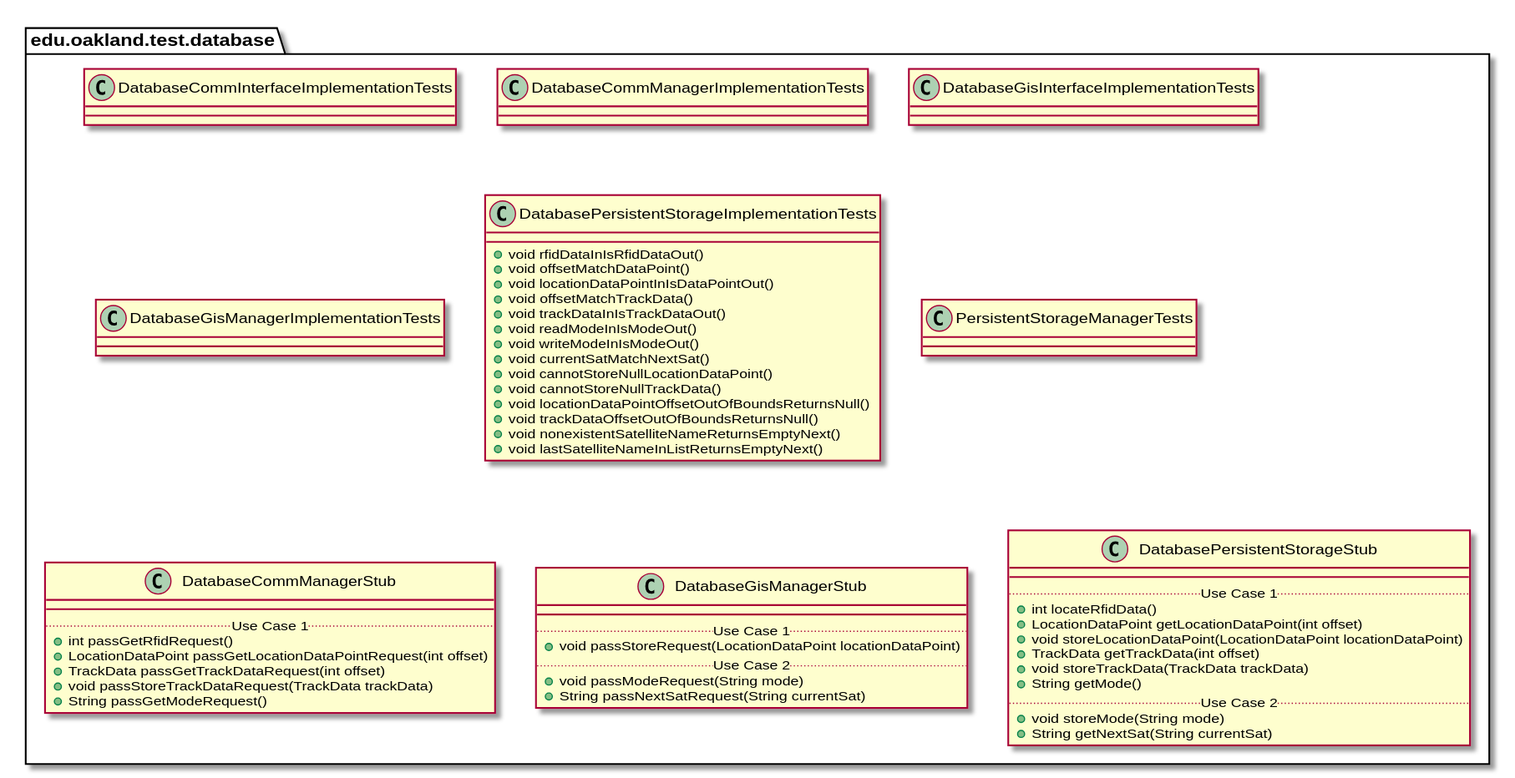
elilley15/csi-3370-software-project keeps this PlantUML diagram as docs/uml-class-diagrams/database/test/DatabaseTestPackage.svg. Above is the earlier version.
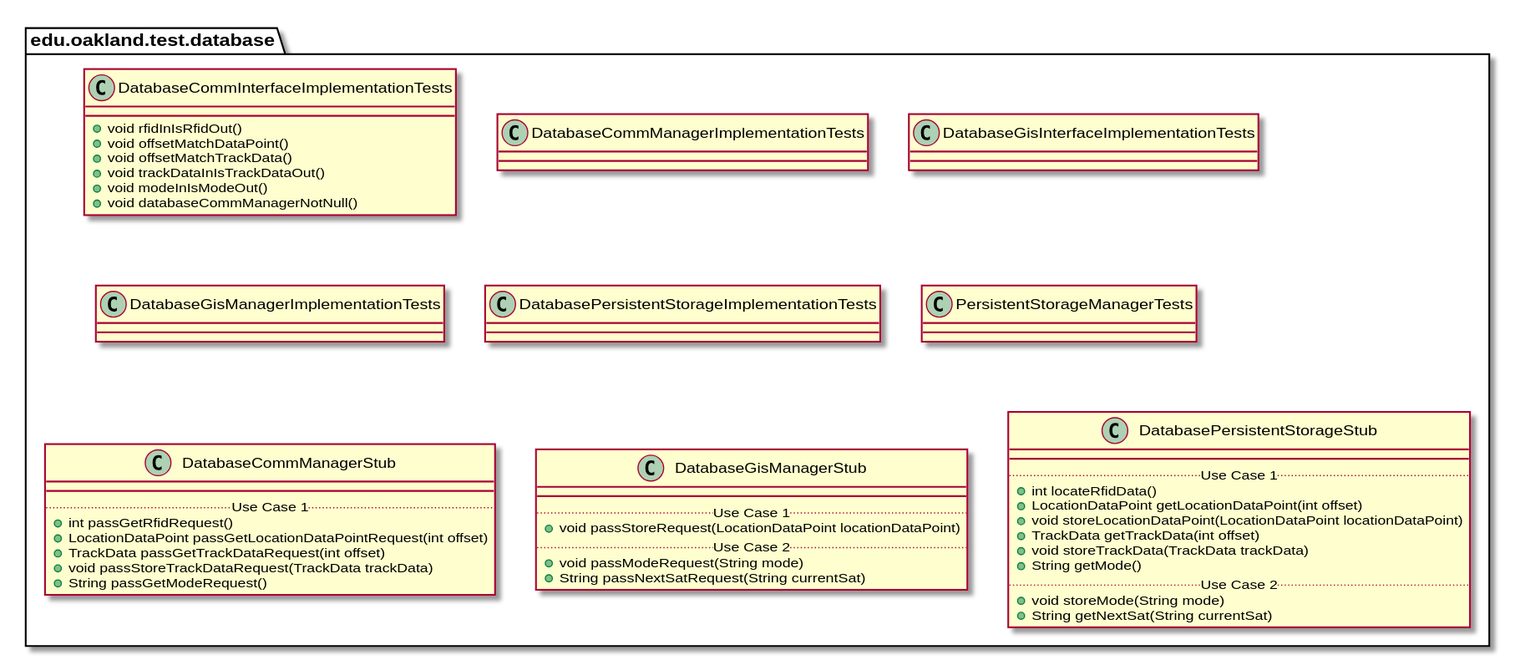
The same diagram one commit later.

Change to the diagram source:
```diff
@@ -7,7 +7,12 @@
 
 package edu.oakland.test.database {
     class DatabaseCommInterfaceImplementationTests {
-
+        + void rfidInIsRfidOut()
+        + void offsetMatchDataPoint()
+        + void offsetMatchTrackData()
+        + void trackDataInIsTrackDataOut()
+        + void modeInIsModeOut()
+        + void databaseCommManagerNotNull()
     }
 }
 
@@ -35,20 +40,7 @@
 
 package edu.oakland.test.database {
     class DatabasePersistentStorageImplementationTests {
-        + void rfidDataInIsRfidDataOut()
-        + void offsetMatchDataPoint()
-        + void locationDataPointInIsDataPointOut()
-        + void offsetMatchTrackData()
-        + void trackDataInIsTrackDataOut()
-        + void readModeInIsModeOut()
-        + void writeModeInIsModeOut()
-        + void currentSatMatchNextSat()
-        + void cannotStoreNullLocationDataPoint()
-        + void cannotStoreNullTrackData()
-        + void locationDataPointOffsetOutOfBoundsReturnsNull()
-        + void trackDataOffsetOutOfBoundsReturnsNull()
-        + void nonexistentSatelliteNameReturnsEmptyNext()
-        + void lastSatelliteNameInListReturnsEmptyNext()
+
     }
 }
 
```
